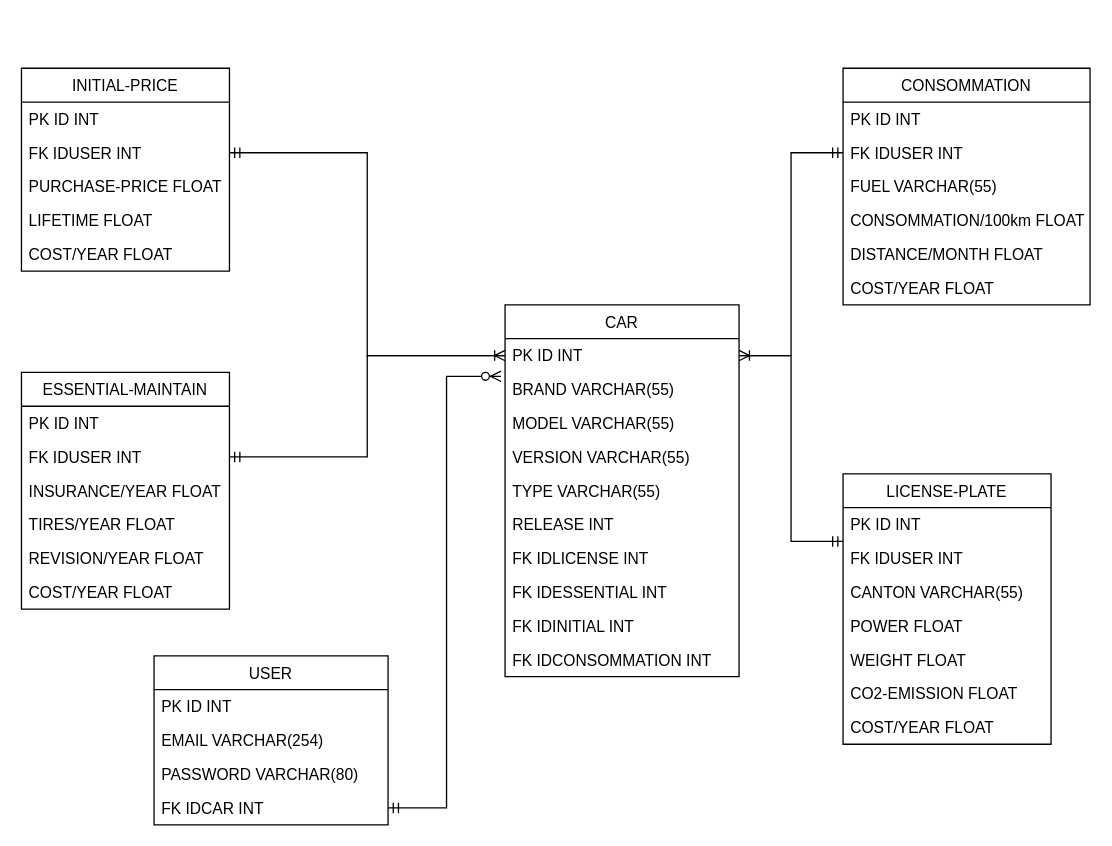
This is page "MLD" (2 of 2) of SQL/Modélisation BDD.drawio from ThomasCPNV/CcubeProject, a draw.io file, before an edit. Source tidied: cells renumbered, new cells numbered last; positions are measured from the earlier drawing's top-left corner, leaving out a move shared by most shapes. Both pictures are drawn from the tidied source at 130%, with x=0, y=0 at pixel (21, 68).
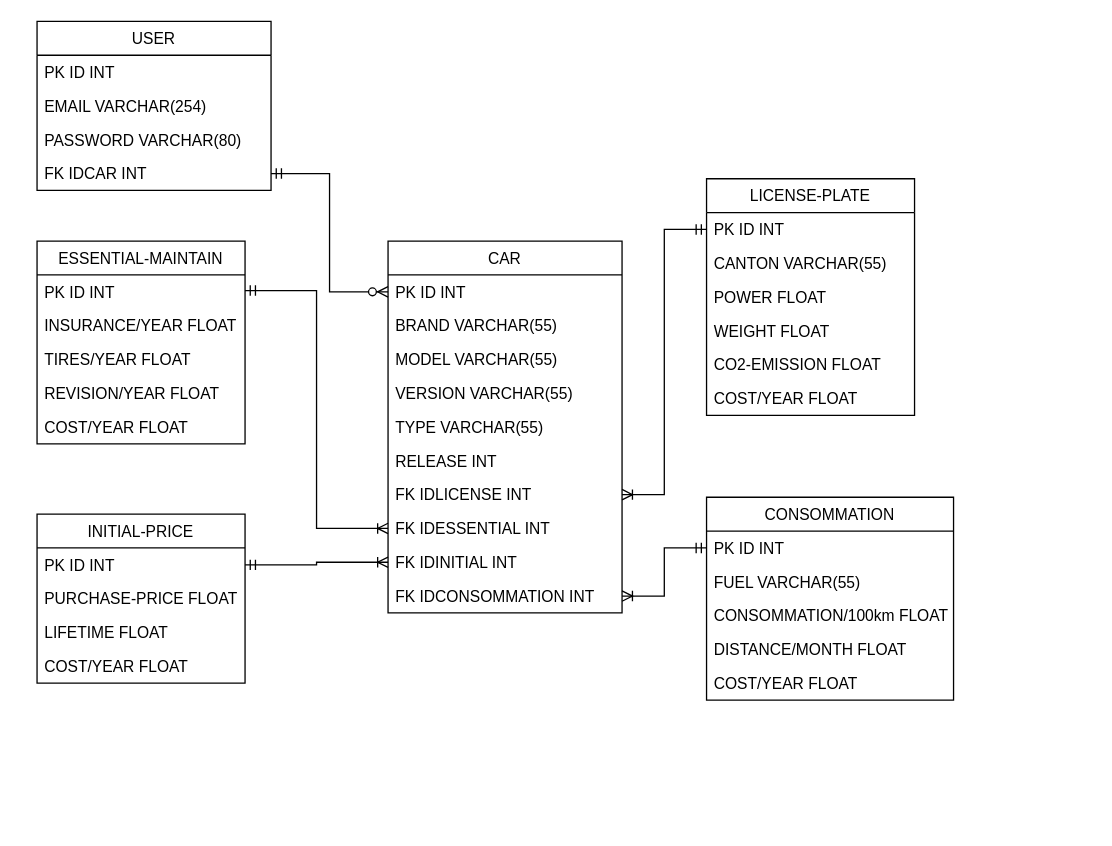
Above is the later version.

The change refers to these unchanged cells:
```xml
<mxCell id="3" value="PK ID INT" style="text;strokeColor=none;fillColor=none;align=left;verticalAlign=top;spacingLeft=4;spacingRight=4;overflow=hidden;points=[[0,0.5],[1,0.5]];portConstraint=eastwest;" parent="2" vertex="1">
  <mxGeometry y="26" width="180" height="26" as="geometry" />
</mxCell>
<mxCell id="9" value="FK IDLICENSE INT" style="text;strokeColor=none;fillColor=none;align=left;verticalAlign=top;spacingLeft=4;spacingRight=4;overflow=hidden;points=[[0,0.5],[1,0.5]];portConstraint=eastwest;" parent="2" vertex="1">
  <mxGeometry y="182" width="180" height="26" as="geometry" />
</mxCell>
<mxCell id="10" value="FK IDESSENTIAL INT" style="text;strokeColor=none;fillColor=none;align=left;verticalAlign=top;spacingLeft=4;spacingRight=4;overflow=hidden;points=[[0,0.5],[1,0.5]];portConstraint=eastwest;" parent="2" vertex="1">
  <mxGeometry y="208" width="180" height="26" as="geometry" />
</mxCell>
<mxCell id="11" value="FK IDINITIAL INT" style="text;strokeColor=none;fillColor=none;align=left;verticalAlign=top;spacingLeft=4;spacingRight=4;overflow=hidden;points=[[0,0.5],[1,0.5]];portConstraint=eastwest;" parent="2" vertex="1">
  <mxGeometry y="234" width="180" height="26" as="geometry" />
</mxCell>
<mxCell id="12" value="FK IDCONSOMMATION INT" style="text;strokeColor=none;fillColor=none;align=left;verticalAlign=top;spacingLeft=4;spacingRight=4;overflow=hidden;points=[[0,0.5],[1,0.5]];portConstraint=eastwest;" parent="2" vertex="1">
  <mxGeometry y="260" width="180" height="26" as="geometry" />
</mxCell>
<mxCell id="14" value="PK ID INT" style="text;strokeColor=none;fillColor=none;align=left;verticalAlign=top;spacingLeft=4;spacingRight=4;overflow=hidden;points=[[0,0.5],[1,0.5]];portConstraint=eastwest;" parent="13" vertex="1">
  <mxGeometry y="26" width="160" height="26" as="geometry" />
</mxCell>
<mxCell id="22" value="PK ID INT" style="text;strokeColor=none;fillColor=none;align=left;verticalAlign=top;spacingLeft=4;spacingRight=4;overflow=hidden;points=[[0,0.5],[1,0.5]];portConstraint=eastwest;" parent="21" vertex="1">
  <mxGeometry y="26" width="160" height="26" as="geometry" />
</mxCell>
<mxCell id="29" value="PK ID INT" style="text;strokeColor=none;fillColor=none;align=left;verticalAlign=top;spacingLeft=4;spacingRight=4;overflow=hidden;points=[[0,0.5],[1,0.5]];portConstraint=eastwest;" parent="28" vertex="1">
  <mxGeometry y="26" width="160" height="26" as="geometry" />
</mxCell>
<mxCell id="35" value="PK ID INT" style="text;strokeColor=none;fillColor=none;align=left;verticalAlign=top;spacingLeft=4;spacingRight=4;overflow=hidden;points=[[0,0.5],[1,0.5]];portConstraint=eastwest;" parent="34" vertex="1">
  <mxGeometry y="26" width="190" height="26" as="geometry" />
</mxCell>
<mxCell id="49" value="FK IDCAR INT" style="text;strokeColor=none;fillColor=none;align=left;verticalAlign=top;spacingLeft=4;spacingRight=4;overflow=hidden;points=[[0,0.5],[1,0.5]];portConstraint=eastwest;" parent="45" vertex="1">
  <mxGeometry y="104" width="180" height="26" as="geometry" />
</mxCell>
```

The edit, as a diff of the source:
```diff
@@
     <mxCell id="2" value="CAR" style="swimlane;fontStyle=0;horizontal=1;startSize=26;fillColor=none;" parent="1" vertex="1">
-      <mxGeometry x="372" y="182" width="180" height="286" as="geometry" />
+      <mxGeometry x="282" y="133" width="180" height="286" as="geometry" />
     </mxCell>
@@
     <mxCell id="13" value="LICENSE-PLATE" style="swimlane;fontStyle=0;horizontal=1;startSize=26;fillColor=none;" parent="1" vertex="1">
-      <mxGeometry x="632" y="312" width="160" height="208" as="geometry" />
+      <mxGeometry x="527" y="85" width="160" height="182" as="geometry" />
     </mxCell>
@@
-    <mxCell id="15" value="FK IDUSER INT" style="text;strokeColor=none;fillColor=none;align=left;verticalAlign=top;spacingLeft=4;spacingRight=4;overflow=hidden;" parent="13" vertex="1">
-      <mxGeometry y="52" width="160" height="26" as="geometry" />
-    </mxCell>
     <mxCell id="16" value="CANTON VARCHAR(55)" style="text;strokeColor=none;fillColor=none;align=left;verticalAlign=top;spacingLeft=4;spacingRight=4;overflow=hidden;" parent="13" vertex="1">
-      <mxGeometry y="78" width="160" height="26" as="geometry" />
+      <mxGeometry y="52" width="160" height="26" as="geometry" />
     </mxCell>
     <mxCell id="17" value="POWER FLOAT" style="text;strokeColor=none;fillColor=none;align=left;verticalAlign=top;spacingLeft=4;spacingRight=4;overflow=hidden;" parent="13" vertex="1">
-      <mxGeometry y="104" width="160" height="26" as="geometry" />
+      <mxGeometry y="78" width="160" height="26" as="geometry" />
     </mxCell>
     <mxCell id="18" value="WEIGHT FLOAT" style="text;strokeColor=none;fillColor=none;align=left;verticalAlign=top;spacingLeft=4;spacingRight=4;overflow=hidden;" parent="13" vertex="1">
-      <mxGeometry y="130" width="160" height="26" as="geometry" />
+      <mxGeometry y="104" width="160" height="26" as="geometry" />
     </mxCell>
     <mxCell id="19" value="CO2-EMISSION FLOAT" style="text;strokeColor=none;fillColor=none;align=left;verticalAlign=top;spacingLeft=4;spacingRight=4;overflow=hidden;" parent="13" vertex="1">
-      <mxGeometry y="156" width="160" height="26" as="geometry" />
+      <mxGeometry y="130" width="160" height="26" as="geometry" />
     </mxCell>
     <mxCell id="20" value="COST/YEAR FLOAT" style="text;strokeColor=none;fillColor=none;align=left;verticalAlign=top;spacingLeft=4;spacingRight=4;overflow=hidden;" parent="13" vertex="1">
-      <mxGeometry y="182" width="160" height="26" as="geometry" />
+      <mxGeometry y="156" width="160" height="26" as="geometry" />
     </mxCell>
     <mxCell id="21" value="ESSENTIAL-MAINTAIN" style="swimlane;fontStyle=0;horizontal=1;startSize=26;fillColor=none;" parent="1" vertex="1">
-      <mxGeometry y="234" width="160" height="182" as="geometry" />
+      <mxGeometry x="12" y="133" width="160" height="156" as="geometry" />
     </mxCell>
@@
-    <mxCell id="23" value="FK IDUSER INT" style="text;strokeColor=none;fillColor=none;align=left;verticalAlign=top;spacingLeft=4;spacingRight=4;overflow=hidden;points=[[0,0.5],[1,0.5]];portConstraint=eastwest;" parent="21" vertex="1">
-      <mxGeometry y="52" width="160" height="26" as="geometry" />
-    </mxCell>
     <mxCell id="24" value="INSURANCE/YEAR FLOAT" style="text;strokeColor=none;fillColor=none;align=left;verticalAlign=top;spacingLeft=4;spacingRight=4;overflow=hidden;" parent="21" vertex="1">
-      <mxGeometry y="78" width="160" height="26" as="geometry" />
+      <mxGeometry y="52" width="160" height="26" as="geometry" />
     </mxCell>
     <mxCell id="25" value="TIRES/YEAR FLOAT" style="text;strokeColor=none;fillColor=none;align=left;verticalAlign=top;spacingLeft=4;spacingRight=4;overflow=hidden;" parent="21" vertex="1">
-      <mxGeometry y="104" width="160" height="26" as="geometry" />
+      <mxGeometry y="78" width="160" height="26" as="geometry" />
     </mxCell>
     <mxCell id="26" value="REVISION/YEAR FLOAT" style="text;strokeColor=none;fillColor=none;align=left;verticalAlign=top;spacingLeft=4;spacingRight=4;overflow=hidden;" parent="21" vertex="1">
-      <mxGeometry y="130" width="160" height="26" as="geometry" />
+      <mxGeometry y="104" width="160" height="26" as="geometry" />
     </mxCell>
     <mxCell id="27" value="COST/YEAR FLOAT" style="text;strokeColor=none;fillColor=none;align=left;verticalAlign=top;spacingLeft=4;spacingRight=4;overflow=hidden;" parent="21" vertex="1">
-      <mxGeometry y="156" width="160" height="26" as="geometry" />
+      <mxGeometry y="130" width="160" height="26" as="geometry" />
     </mxCell>
     <mxCell id="28" value="INITIAL-PRICE" style="swimlane;fontStyle=0;horizontal=1;startSize=26;fillColor=none;" parent="1" vertex="1">
-      <mxGeometry width="160" height="156" as="geometry" />
+      <mxGeometry x="12" y="343" width="160" height="130" as="geometry" />
     </mxCell>
@@
-    <mxCell id="30" value="FK IDUSER INT" style="text;strokeColor=none;fillColor=none;align=left;verticalAlign=top;spacingLeft=4;spacingRight=4;overflow=hidden;points=[[0,0.5],[1,0.5]];portConstraint=eastwest;" parent="28" vertex="1">
-      <mxGeometry y="52" width="160" height="26" as="geometry" />
-    </mxCell>
     <mxCell id="31" value="PURCHASE-PRICE FLOAT" style="text;strokeColor=none;fillColor=none;align=left;verticalAlign=top;spacingLeft=4;spacingRight=4;overflow=hidden;" parent="28" vertex="1">
-      <mxGeometry y="78" width="160" height="26" as="geometry" />
+      <mxGeometry y="52" width="160" height="26" as="geometry" />
     </mxCell>
     <mxCell id="32" value="LIFETIME FLOAT" style="text;strokeColor=none;fillColor=none;align=left;verticalAlign=top;spacingLeft=4;spacingRight=4;overflow=hidden;" parent="28" vertex="1">
-      <mxGeometry y="104" width="160" height="26" as="geometry" />
+      <mxGeometry y="78" width="160" height="26" as="geometry" />
     </mxCell>
     <mxCell id="33" value="COST/YEAR FLOAT" style="text;strokeColor=none;fillColor=none;align=left;verticalAlign=top;spacingLeft=4;spacingRight=4;overflow=hidden;" parent="28" vertex="1">
-      <mxGeometry y="130" width="160" height="26" as="geometry" />
+      <mxGeometry y="104" width="160" height="26" as="geometry" />
     </mxCell>
     <mxCell id="34" value="CONSOMMATION" style="swimlane;fontStyle=0;horizontal=1;startSize=26;fillColor=none;" parent="1" vertex="1">
-      <mxGeometry x="632" width="190" height="182" as="geometry" />
+      <mxGeometry x="527" y="330" width="190" height="156" as="geometry" />
     </mxCell>
@@
-    <mxCell id="36" value="FK IDUSER INT" style="text;strokeColor=none;fillColor=none;align=left;verticalAlign=top;spacingLeft=4;spacingRight=4;overflow=hidden;points=[[0,0.5],[1,0.5]];portConstraint=eastwest;" parent="34" vertex="1">
-      <mxGeometry y="52" width="190" height="26" as="geometry" />
-    </mxCell>
     <mxCell id="37" value="FUEL VARCHAR(55)" style="text;strokeColor=none;fillColor=none;align=left;verticalAlign=top;spacingLeft=4;spacingRight=4;overflow=hidden;" parent="34" vertex="1">
-      <mxGeometry y="78" width="190" height="26" as="geometry" />
+      <mxGeometry y="52" width="190" height="26" as="geometry" />
     </mxCell>
     <mxCell id="38" value="CONSOMMATION/100km FLOAT" style="text;strokeColor=none;fillColor=none;align=left;verticalAlign=top;spacingLeft=4;spacingRight=4;overflow=hidden;" parent="34" vertex="1">
-      <mxGeometry y="104" width="190" height="26" as="geometry" />
+      <mxGeometry y="78" width="190" height="26" as="geometry" />
     </mxCell>
     <mxCell id="39" value="DISTANCE/MONTH FLOAT" style="text;strokeColor=none;fillColor=none;align=left;verticalAlign=top;spacingLeft=4;spacingRight=4;overflow=hidden;" parent="34" vertex="1">
-      <mxGeometry y="130" width="190" height="26" as="geometry" />
+      <mxGeometry y="104" width="190" height="26" as="geometry" />
     </mxCell>
     <mxCell id="40" value="COST/YEAR FLOAT" style="text;strokeColor=none;fillColor=none;align=left;verticalAlign=top;spacingLeft=4;spacingRight=4;overflow=hidden;" parent="34" vertex="1">
-      <mxGeometry y="156" width="190" height="26" as="geometry" />
+      <mxGeometry y="130" width="190" height="26" as="geometry" />
     </mxCell>
-    <mxCell id="41" style="edgeStyle=orthogonalEdgeStyle;rounded=0;jettySize=auto;html=1;entryX=1;entryY=0.5;entryDx=0;entryDy=0;exitX=0;exitY=0.5;exitDx=0;exitDy=0;endArrow=ERmandOne;endFill=0;" parent="1" edge="1" source="3" target="30">
+    <mxCell id="41" style="edgeStyle=orthogonalEdgeStyle;rounded=0;jettySize=auto;html=1;entryX=1;entryY=0.5;entryDx=0;entryDy=0;exitX=0;exitY=0.5;exitDx=0;exitDy=0;endArrow=ERmandOne;endFill=0;startArrow=ERoneToMany;startFill=0;" parent="1" edge="1" source="11" target="29">
       <mxGeometry relative="1" as="geometry" />
     </mxCell>
-    <mxCell id="42" style="edgeStyle=orthogonalEdgeStyle;rounded=0;jettySize=auto;html=1;exitX=0;exitY=0.5;exitDx=0;exitDy=0;endArrow=ERmandOne;endFill=0;startArrow=ERoneToMany;startFill=0;" parent="1" edge="1" source="3" target="23">
+    <mxCell id="42" style="edgeStyle=orthogonalEdgeStyle;rounded=0;jettySize=auto;html=1;exitX=0;exitY=0.5;exitDx=0;exitDy=0;endArrow=ERmandOne;endFill=0;startArrow=ERoneToMany;startFill=0;entryX=1;entryY=0.462;entryDx=0;entryDy=0;entryPerimeter=0;" parent="1" edge="1" source="10" target="22">
       <mxGeometry relative="1" as="geometry" />
     </mxCell>
-    <mxCell id="43" style="edgeStyle=orthogonalEdgeStyle;rounded=0;jettySize=auto;html=1;exitX=1;exitY=0.5;exitDx=0;exitDy=0;entryX=0;entryY=0.5;entryDx=0;entryDy=0;endArrow=ERmandOne;endFill=0;startArrow=ERoneToMany;startFill=0;" parent="1" edge="1" source="3" target="36">
+    <mxCell id="43" style="edgeStyle=orthogonalEdgeStyle;rounded=0;jettySize=auto;html=1;exitX=1;exitY=0.5;exitDx=0;exitDy=0;entryX=0;entryY=0.5;entryDx=0;entryDy=0;endArrow=ERmandOne;endFill=0;startArrow=ERoneToMany;startFill=0;" parent="1" edge="1" source="12" target="35">
       <mxGeometry relative="1" as="geometry" />
     </mxCell>
-    <mxCell id="44" style="edgeStyle=orthogonalEdgeStyle;rounded=0;jettySize=auto;html=1;exitX=1;exitY=0.5;exitDx=0;exitDy=0;entryX=0;entryY=0.25;entryDx=0;entryDy=0;endArrow=ERmandOne;endFill=0;" parent="1" edge="1" source="3" target="13">
+    <mxCell id="44" style="edgeStyle=orthogonalEdgeStyle;rounded=0;jettySize=auto;html=1;exitX=1;exitY=0.5;exitDx=0;exitDy=0;entryX=0;entryY=0.5;entryDx=0;entryDy=0;endArrow=ERmandOne;endFill=0;startArrow=ERoneToMany;startFill=0;" parent="1" edge="1" source="9" target="14">
       <mxGeometry relative="1" as="geometry" />
     </mxCell>
     <mxCell id="45" value="USER" style="swimlane;fontStyle=0;horizontal=1;startSize=26;fillColor=none;" parent="1" vertex="1">
-      <mxGeometry x="102" y="452" width="180" height="130" as="geometry" />
+      <mxGeometry x="12" y="-36" width="180" height="130" as="geometry" />
     </mxCell>
@@
-    <mxCell id="50" style="edgeStyle=orthogonalEdgeStyle;rounded=0;jettySize=auto;html=1;exitX=1;exitY=0.5;exitDx=0;exitDy=0;startArrow=ERmandOne;startFill=0;endArrow=ERzeroToMany;endFill=1;entryX=-0.017;entryY=1.115;entryDx=0;entryDy=0;entryPerimeter=0;" parent="1" edge="1" source="49" target="3">
+    <mxCell id="50" style="edgeStyle=orthogonalEdgeStyle;rounded=0;jettySize=auto;html=1;exitX=1;exitY=0.5;exitDx=0;exitDy=0;startArrow=ERmandOne;startFill=0;endArrow=ERzeroToMany;endFill=1;entryX=0;entryY=0.5;entryDx=0;entryDy=0;" parent="1" edge="1" source="49" target="3">
       <mxGeometry relative="1" as="geometry" />
     </mxCell>
```
